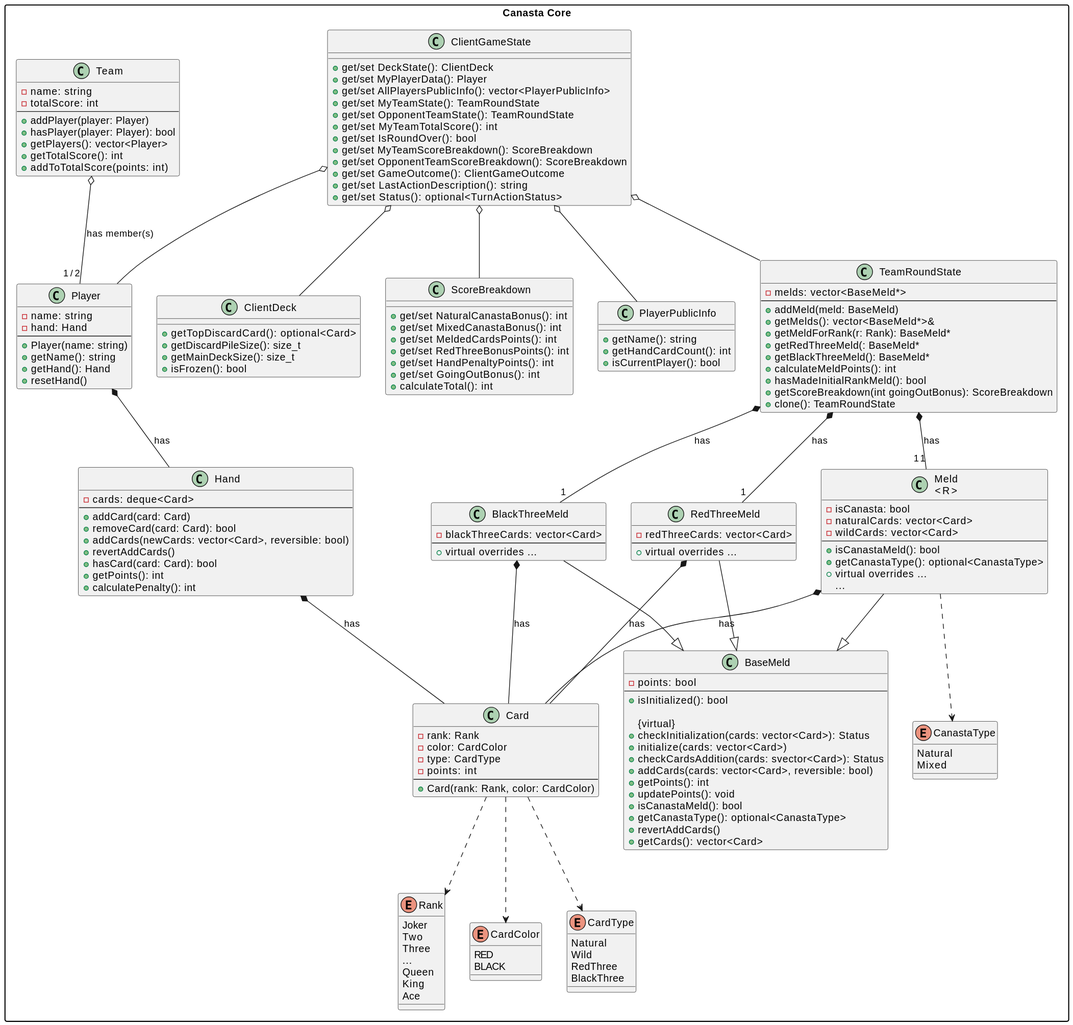
Bombonchik/Canasta keeps this PlantUML diagram as docs/diagrams/CoreDiagram.svg. Above is the earlier version.
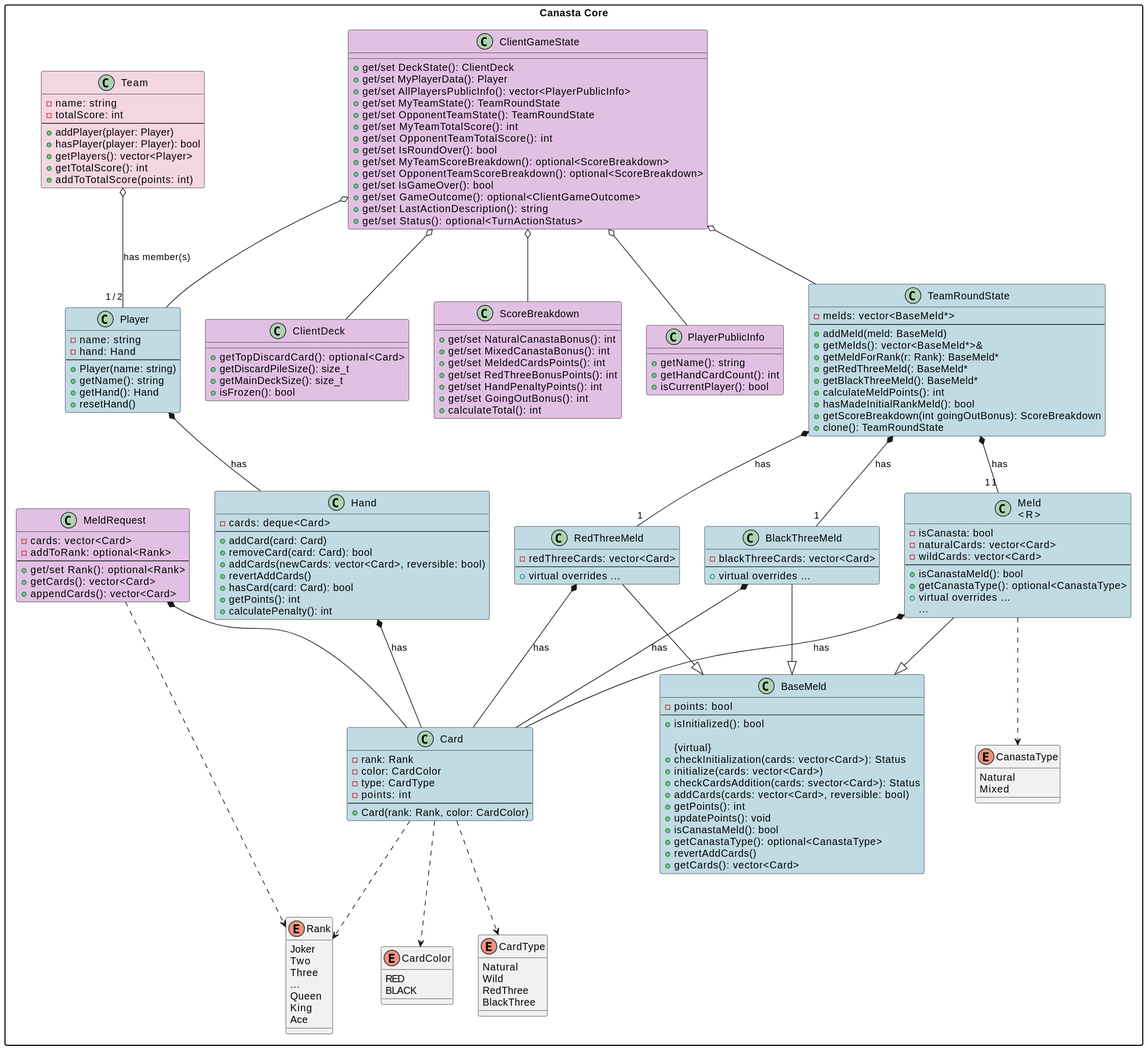
After the change.

Change to the diagram source:
```diff
@@ -24,7 +24,7 @@
         BlackThree
     }
 
-    class Card {
+    class Card #C0DBE3 {
         - rank: Rank
         - color: CardColor
         - type: CardType
@@ -38,7 +38,7 @@
     Card ..> CardType
 
 
-    class Hand {
+    class Hand #C0DBE3 {
         - cards: deque<Card>
         --
         + addCard(card: Card)
@@ -57,7 +57,7 @@
         Mixed
     }
 
-    class BaseMeld {
+    class BaseMeld #C0DBE3 {
         - points: bool
         --
         + isInitialized(): bool
@@ -75,7 +75,7 @@
         + getCards(): vector<Card>
     }
 
-    class "Meld\n<R>" {
+    class "Meld\n<R>" #C0DBE3 {
         - isCanasta: bool
         - naturalCards: vector<Card>
         - wildCards: vector<Card>
@@ -86,13 +86,13 @@
         ...
     }
 
-    class RedThreeMeld {
+    class RedThreeMeld #C0DBE3 {
         - redThreeCards: vector<Card>
         --
         + virtual overrides ...
     }
 
-    class BlackThreeMeld {
+    class BlackThreeMeld #C0DBE3 {
         - blackThreeCards: vector<Card>
         --
         + virtual overrides ...
@@ -106,7 +106,19 @@
     RedThreeMeld *-- Card : has
     BlackThreeMeld *-- Card : has
 
-    class Player {
+    class MeldRequest #E2C0E3 {
+        - cards: vector<Card>
+        - addToRank: optional<Rank>
+        --
+        + get/set Rank(): optional<Rank>
+        + getCards(): vector<Card>
+        + appendCards(): vector<Card>
+    }
+
+    MeldRequest *-- Card
+    MeldRequest ..> Rank
+
+    class Player #C0DBE3 {
         - name: string
         - hand: Hand
         --
@@ -119,7 +131,7 @@
     Player *-- Hand : has
 
 
-    class Team {
+    class Team #F4D6E1 {
         - name: string
         - totalScore: int
         --
@@ -132,7 +144,7 @@
 
     Team o-- "1/2" Player : has member(s)
 
-    class TeamRoundState {
+    class TeamRoundState #C0DBE3 {
         - melds: vector<BaseMeld*>
         --
         + addMeld(meld: BaseMeld)
@@ -150,14 +162,14 @@
     TeamRoundState *-- "1" RedThreeMeld : has
     TeamRoundState *-- "1" BlackThreeMeld : has
 
-    class ClientDeck {
+    class ClientDeck #E2C0E3 {
         + getTopDiscardCard(): optional<Card>
         + getDiscardPileSize(): size_t
         + getMainDeckSize(): size_t
         + isFrozen(): bool
     }
 
-    class ScoreBreakdown {
+    class ScoreBreakdown #E2C0E3 {
         + get/set NaturalCanastaBonus(): int
         + get/set MixedCanastaBonus(): int
         + get/set MeldedCardsPoints(): int
@@ -167,23 +179,25 @@
         + calculateTotal(): int
     }
 
-    class PlayerPublicInfo {
+    class PlayerPublicInfo #E2C0E3 {
         + getName(): string
         + getHandCardCount(): int
         + isCurrentPlayer(): bool
     }
 
-    class ClientGameState {
+    class ClientGameState #E2C0E3 {
         + get/set DeckState(): ClientDeck
         + get/set MyPlayerData(): Player
         + get/set AllPlayersPublicInfo(): vector<PlayerPublicInfo>
         + get/set MyTeamState(): TeamRoundState
         + get/set OpponentTeamState(): TeamRoundState
         + get/set MyTeamTotalScore(): int
+        + get/set OpponentTeamTotalScore(): int
         + get/set IsRoundOver(): bool
-        + get/set MyTeamScoreBreakdown(): ScoreBreakdown
-        + get/set OpponentTeamScoreBreakdown(): ScoreBreakdown
-        + get/set GameOutcome(): ClientGameOutcome
+        + get/set MyTeamScoreBreakdown(): optional<ScoreBreakdown>
+        + get/set OpponentTeamScoreBreakdown(): optional<ScoreBreakdown>
+        + get/set IsGameOver(): bool
+        + get/set GameOutcome(): optional<ClientGameOutcome>
         + get/set LastActionDescription(): string
         + get/set Status(): optional<TurnActionStatus>
     }
```
